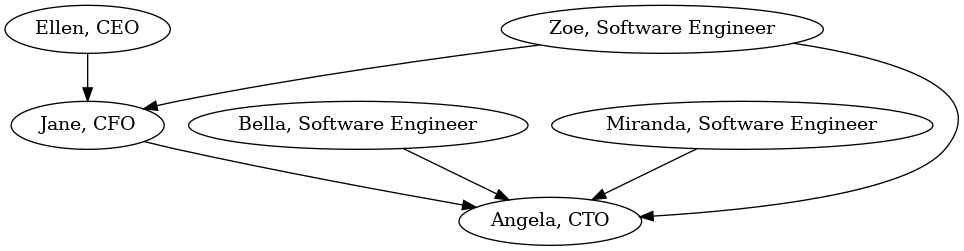
Before: kahns_algorithm_1.png, a diagram exported from Graphviz (gaultier/blog). Its source is kept beside it as kahns_algorithm_1.dot.
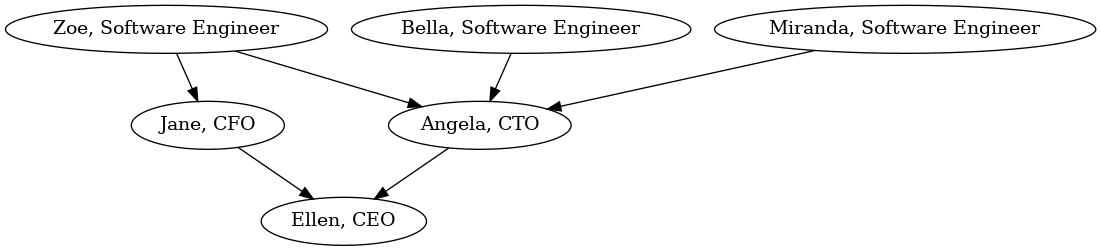
Later version of the same file.

What changed in the source:
```diff
@@ -7,7 +7,8 @@
   engineer_3[label="Zoe, Software Engineer"];
 
 
-  ceo -> cfo -> cto;
+  cto-> ceo;
+  cfo -> ceo;
   engineer_1 -> cto;
   engineer_2 -> cto;
   engineer_3 -> cto;
```
